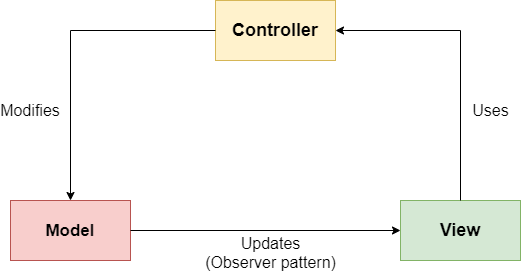
smitbmx/Architecture-Diagrams keeps this draw.io diagram as Design Patterns/Popular/MVC Diagram.png. Above is the earlier version. Source tidied: cells renumbered, new cells last; positions are measured from the earlier drawing's top-left corner, leaving out a move shared by most shapes.
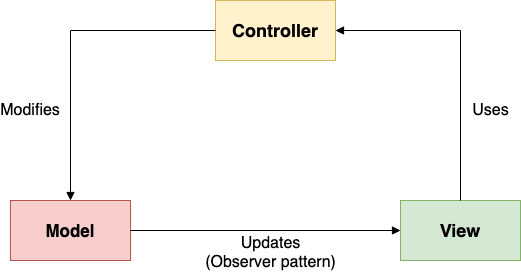
The same diagram one commit later.

The edit, as a diff of the source:
```diff
@@ -11,17 +11,17 @@
     <mxCell id="4" value="&lt;b&gt;&lt;font style=&quot;font-size: 18px&quot;&gt;View&lt;/font&gt;&lt;/b&gt;" style="rounded=0;whiteSpace=wrap;html=1;fillColor=#d5e8d4;strokeColor=#82b366;" parent="1" vertex="1">
       <mxGeometry x="390" y="200" width="120" height="60" as="geometry" />
     </mxCell>
-    <mxCell id="5" style="endArrow=classic;html=1;exitX=1;exitY=0.5;exitDx=0;exitDy=0;entryX=0;entryY=0.5;entryDx=0;entryDy=0;" parent="1" edge="1" source="3" target="4">
+    <mxCell id="5" style="endArrow=block;html=1;exitX=1;exitY=0.5;exitDx=0;exitDy=0;entryX=0;entryY=0.5;entryDx=0;entryDy=0;endFill=1;" parent="1" edge="1" source="3" target="4">
       <mxGeometry relative="1" as="geometry" />
     </mxCell>
-    <mxCell id="6" style="endArrow=classic;html=1;exitX=0.5;exitY=0;exitDx=0;exitDy=0;entryX=1;entryY=0.5;entryDx=0;entryDy=0;rounded=0;" parent="1" edge="1" source="4" target="2">
+    <mxCell id="6" style="endArrow=block;html=1;exitX=0.5;exitY=0;exitDx=0;exitDy=0;entryX=1;entryY=0.5;entryDx=0;entryDy=0;rounded=0;endFill=1;" parent="1" edge="1" source="4" target="2">
       <mxGeometry relative="1" as="geometry">
         <Array as="points">
           <mxPoint x="450" y="30" />
         </Array>
       </mxGeometry>
     </mxCell>
-    <mxCell id="7" style="endArrow=classic;html=1;entryX=0.5;entryY=0;entryDx=0;entryDy=0;exitX=0;exitY=0.5;exitDx=0;exitDy=0;rounded=0;" parent="1" edge="1" source="2" target="3">
+    <mxCell id="7" style="endArrow=block;html=1;entryX=0.5;entryY=0;entryDx=0;entryDy=0;exitX=0;exitY=0.5;exitDx=0;exitDy=0;rounded=0;endFill=1;" parent="1" edge="1" source="2" target="3">
       <mxGeometry relative="1" as="geometry">
         <Array as="points">
           <mxPoint x="60" y="30" />
```
